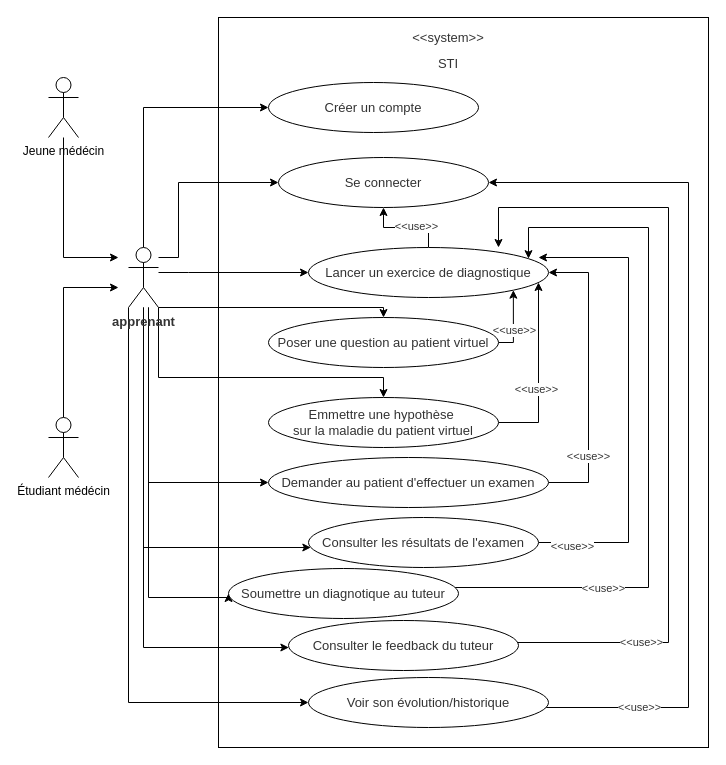
Earlier version of the draw.io diagram page "Use case Diagram" (2 of 3) of diagrams_uml/context.drawio (script-0/STI_ENSPY_2022). Source tidied: cells renumbered, new cells numbered last; positions are measured from the earlier drawing's top-left corner, leaving out a move shared by most shapes. Both pictures are drawn from the tidied source at 100%, with x=0, y=0 at pixel (48, 17).
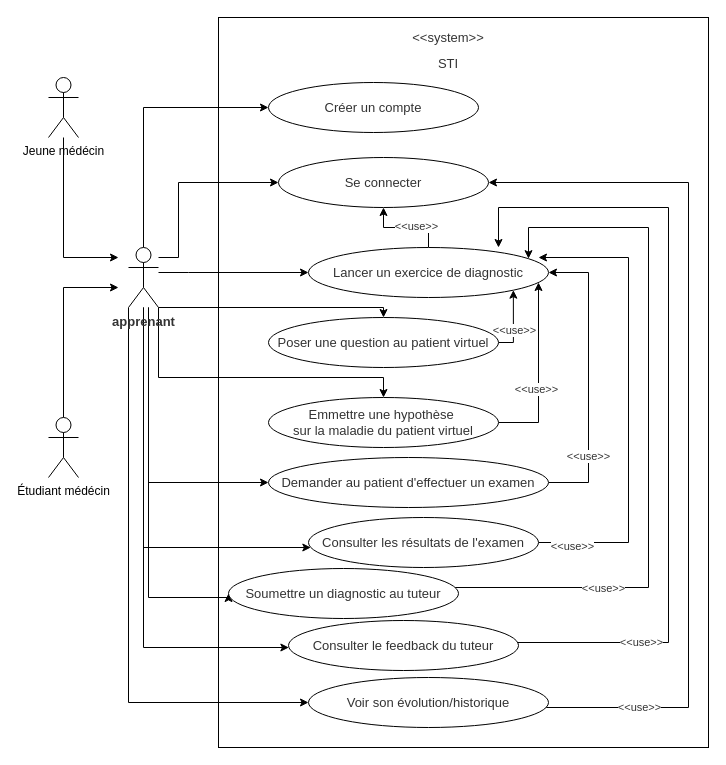
Above is the later version.

The edit, as a diff of the source:
```diff
@@
-    <mxCell id="23" value="Lancer un exercice de diagnostique" style="ellipse;whiteSpace=wrap;html=1;fontSize=13;fontColor=#333333;strokeWidth=1;fillColor=#FFFFFF;" parent="1" vertex="1">
+    <mxCell id="23" value="&lt;div&gt;Lancer un exercice de diagnostic&lt;/div&gt;" style="ellipse;whiteSpace=wrap;html=1;fontSize=13;fontColor=#333333;strokeWidth=1;fillColor=#FFFFFF;" parent="1" vertex="1">
       <mxGeometry x="260" y="230" width="240" height="50" as="geometry" />
     </mxCell>
@@
-    <mxCell id="35" value="Soumettre un diagnotique au tuteur" style="ellipse;whiteSpace=wrap;html=1;fontSize=13;fontColor=#333333;strokeWidth=1;fillColor=#FFFFFF;" parent="1" vertex="1">
+    <mxCell id="35" value="Soumettre un diagnostic au tuteur" style="ellipse;whiteSpace=wrap;html=1;fontSize=13;fontColor=#333333;strokeWidth=1;fillColor=#FFFFFF;" parent="1" vertex="1">
       <mxGeometry x="180" y="551" width="230" height="50" as="geometry" />
     </mxCell>
```
